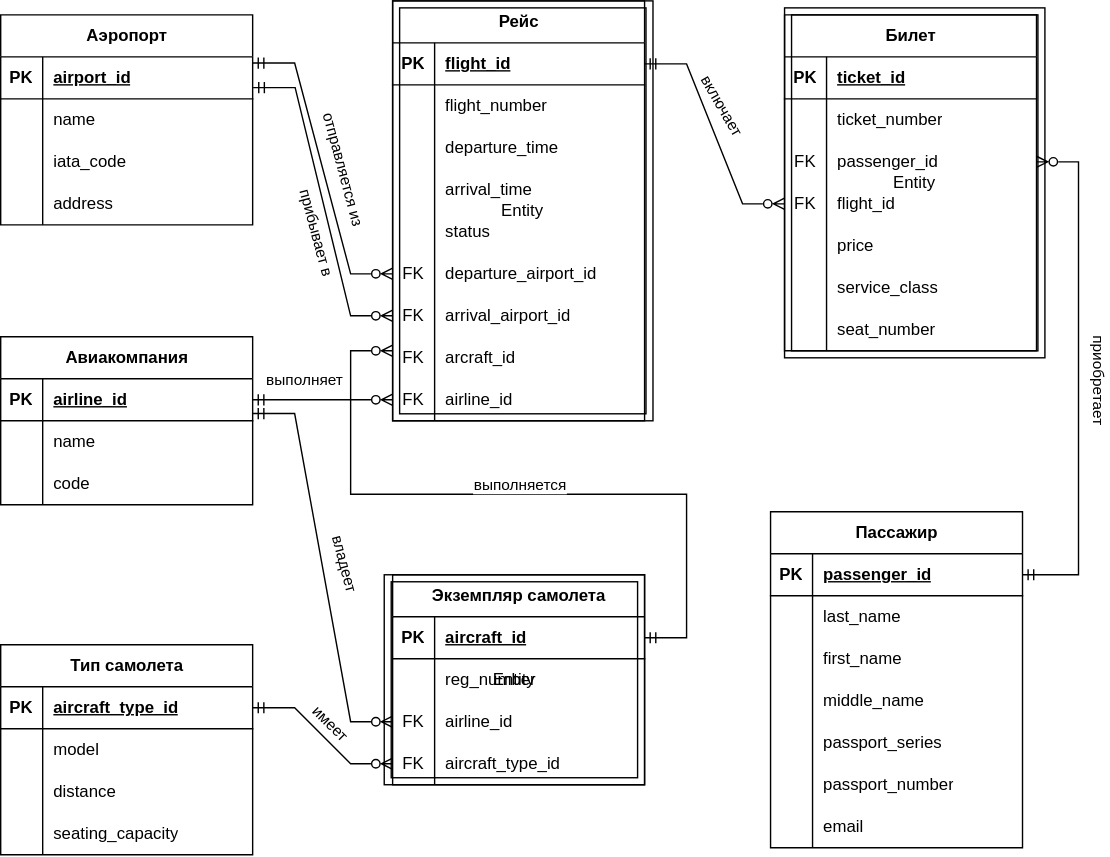
The draw.io diagram Логическая_Мартина.drawio.svg in zhulegoalina/DBMS-labs, before a commit. Source tidied: cells renumbered, new cells last; positions are measured from the earlier drawing's top-left corner, leaving out a move shared by most shapes.
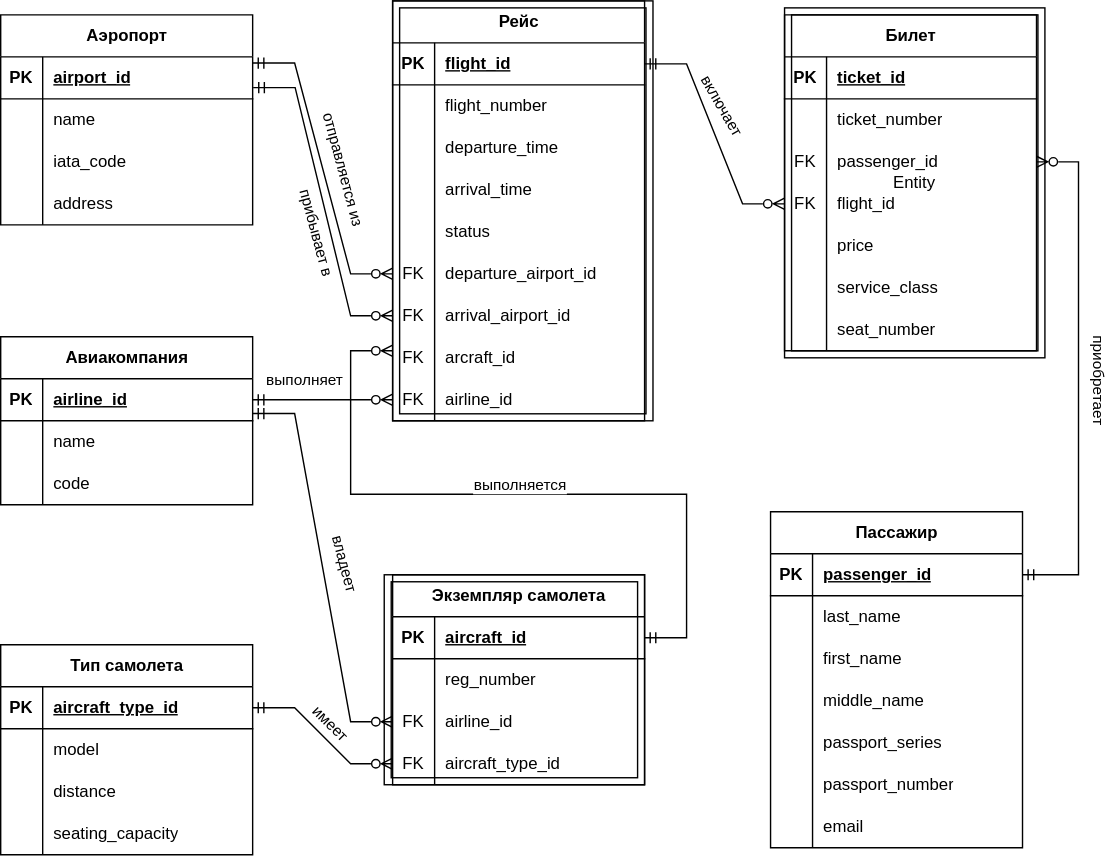
Later version of the same file.

Change to the diagram source:
```diff
@@ -435,13 +435,13 @@
         <mxPoint x="16" y="4" as="offset" />
       </mxGeometry>
     </mxCell>
-    <mxCell id="139" value="Entity" style="shape=ext;margin=3;double=1;whiteSpace=wrap;html=1;align=center;fillColor=none;" parent="1" vertex="1">
+    <mxCell id="139" style="shape=ext;margin=3;double=1;whiteSpace=wrap;html=1;align=center;fillColor=none;" parent="1" vertex="1">
       <mxGeometry x="280" width="186" height="300" as="geometry" />
     </mxCell>
     <mxCell id="140" value="Entity" style="shape=ext;margin=3;double=1;whiteSpace=wrap;html=1;align=center;fillColor=none;" parent="1" vertex="1">
       <mxGeometry x="560" y="5" width="186" height="250" as="geometry" />
     </mxCell>
-    <mxCell id="141" value="Entity" style="shape=ext;margin=3;double=1;whiteSpace=wrap;html=1;align=center;fillColor=none;" parent="1" vertex="1">
+    <mxCell id="141" style="shape=ext;margin=3;double=1;whiteSpace=wrap;html=1;align=center;fillColor=none;" parent="1" vertex="1">
       <mxGeometry x="274" y="410" width="186" height="150" as="geometry" />
     </mxCell>
   </root>
```
